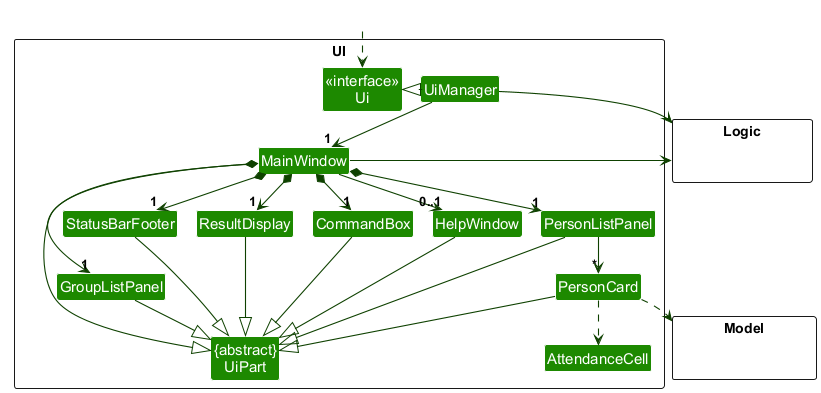
Earlier version of the PlantUML export docs/images/UiClassDiagram.png (AY2627S1-CS2103T-F12-4/tp).
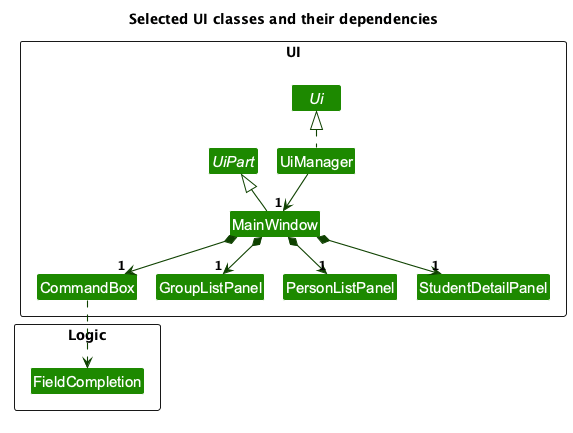
The same file after the commit.

The edit, as a diff of the source:
```diff
@@ -4,63 +4,26 @@
 skinparam arrowThickness 1.1
 skinparam arrowColor UI_COLOR_T4
 skinparam classBackgroundColor UI_COLOR
-
-package UI <<Rectangle>>{
-Class "<<interface>>\nUi" as Ui
-Class "{abstract}\nUiPart" as UiPart
-Class UiManager
-Class MainWindow
-Class HelpWindow
-Class ResultDisplay
-Class PersonListPanel
-Class PersonCard
-Class AttendanceCell
-Class GroupListPanel
-Class StatusBarFooter
-Class CommandBox
+title Selected UI classes and their dependencies
+package UI <<Rectangle>> {
+interface Ui
+abstract class UiPart
+class UiManager
+class MainWindow
+class CommandBox
+class GroupListPanel
+class PersonListPanel
+class StudentDetailPanel
 }
-
-package Model <<Rectangle>> {
-Class HiddenModel #FFFFFF
+package Logic <<Rectangle>> {
+class FieldCompletion
 }
-
-package Logic <<Rectangle>> {
-Class HiddenLogic #FFFFFF
-}
-
-Class HiddenOutside #FFFFFF
-HiddenOutside ..> Ui
-
-UiManager .left.|> Ui
-UiManager -down-> "1" MainWindow
-MainWindow *-down->  "1" CommandBox
-MainWindow *-down-> "1" ResultDisplay
-MainWindow *-down-> "1" PersonListPanel
-MainWindow *-down-> "1" GroupListPanel
-MainWindow *-down-> "1" StatusBarFooter
-MainWindow --> "0..1" HelpWindow
-
-PersonListPanel -down-> "*" PersonCard
-PersonCard ..> AttendanceCell
-
-MainWindow -left-|> UiPart
-
-ResultDisplay --|> UiPart
-CommandBox --|> UiPart
-PersonListPanel --|> UiPart
-PersonCard --|> UiPart
-GroupListPanel --|> UiPart
-StatusBarFooter --|> UiPart
-HelpWindow --|> UiPart
-
-PersonCard ..> Model
-UiManager -right-> Logic
-MainWindow -left-> Logic
-
-PersonListPanel -[hidden]left- HelpWindow
-HelpWindow -[hidden]left- CommandBox
-CommandBox -[hidden]left- ResultDisplay
-ResultDisplay -[hidden]left- StatusBarFooter
-
-MainWindow -[hidden]-|> UiPart
+UiManager .up.|> Ui
+UiManager --> "1" MainWindow
+MainWindow -up-|> UiPart
+MainWindow *--> "1" CommandBox
+MainWindow *--> "1" GroupListPanel
+MainWindow *--> "1" PersonListPanel
+MainWindow *--> "1" StudentDetailPanel
+CommandBox ..> FieldCompletion
 @enduml
```
